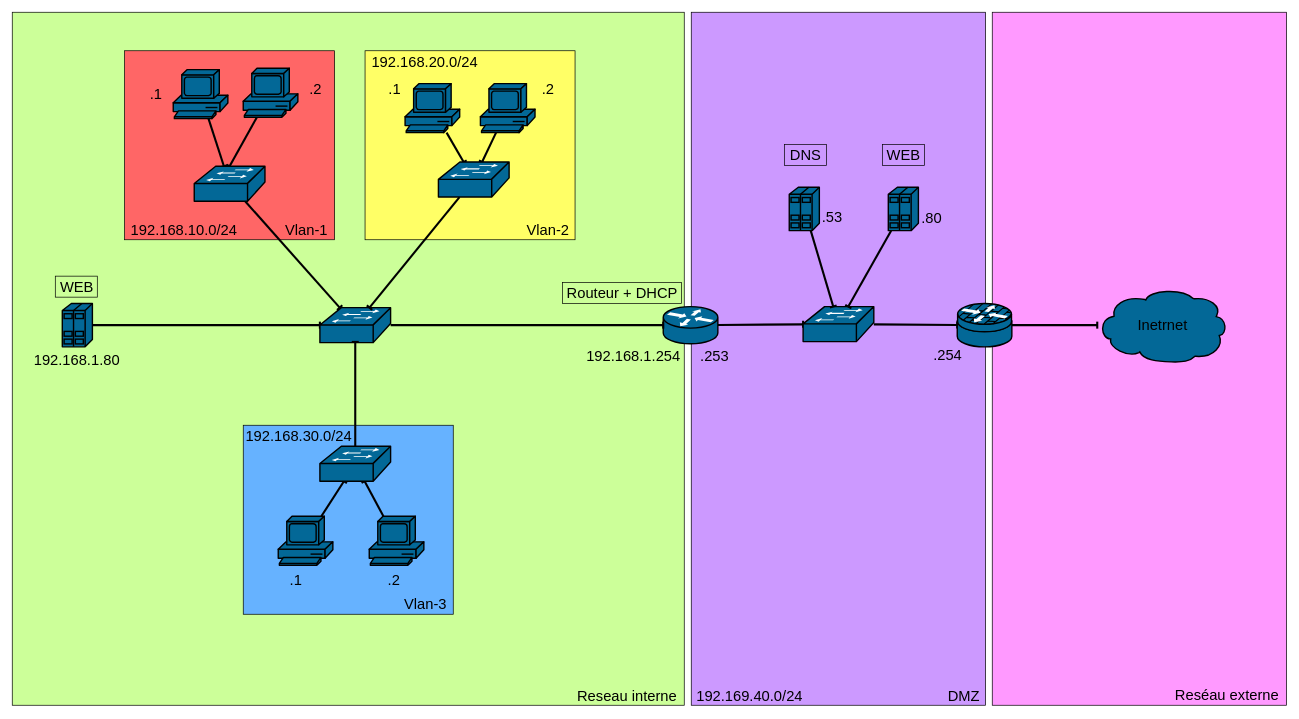
Before: reseaux.dio in mathieu-iut-beziers/SAE21, a draw.io diagram. Source tidied: cells renumbered, new cells numbered last; positions are measured from the earlier drawing's top-left corner, leaving out a move shared by most shapes. Both pictures are drawn from the tidied source at 70%, with x=0, y=0 at pixel (12, 12).
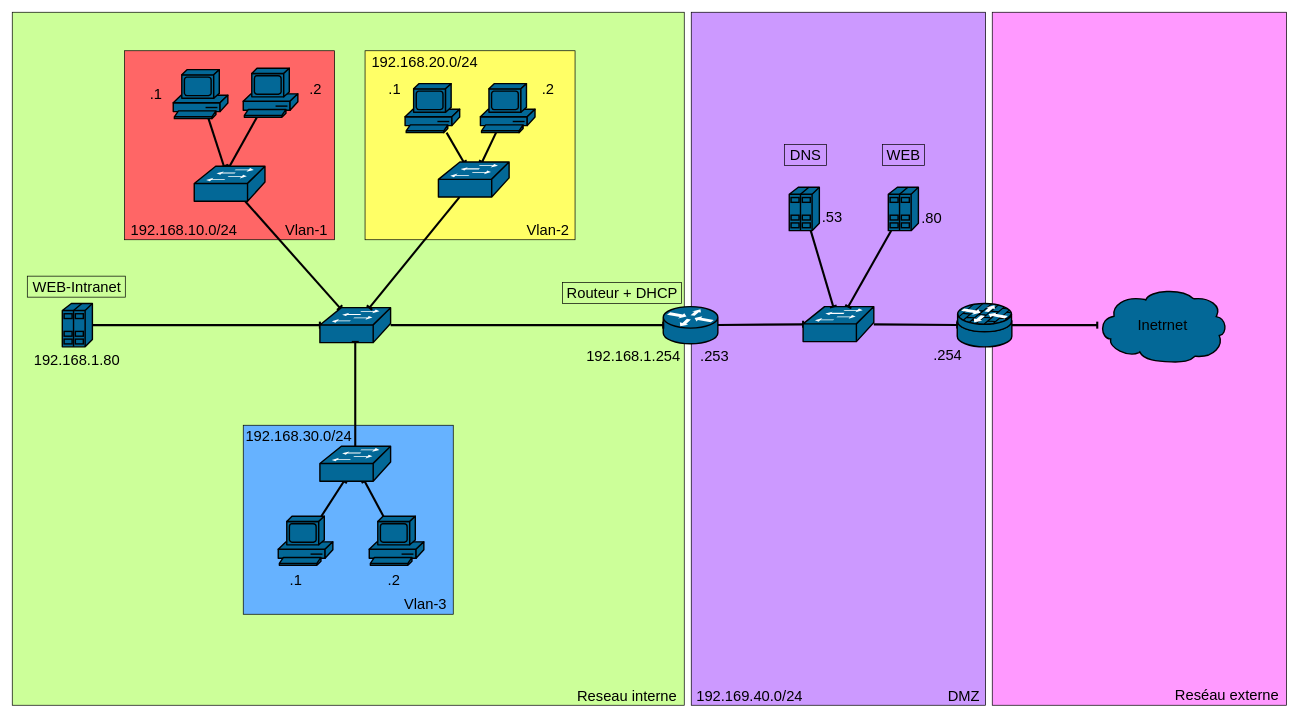
After the change.

Diff of the diagram source:
```diff
@@
-    <mxCell id="43" value="WEB" style="text;html=1;align=center;verticalAlign=middle;fillColor=none;strokeColor=#000000;rounded=0;fontColor=#000000;fontSize=21;" parent="1" vertex="1">
-      <mxGeometry x="61.5" y="377" width="60" height="30" as="geometry" />
+    <mxCell id="43" value="WEB-Intranet" style="text;html=1;align=center;verticalAlign=middle;fillColor=none;strokeColor=#000000;rounded=0;fontColor=#000000;fontSize=21;" parent="1" vertex="1">
+      <mxGeometry x="21.5" y="377" width="140" height="30" as="geometry" />
     </mxCell>
```
